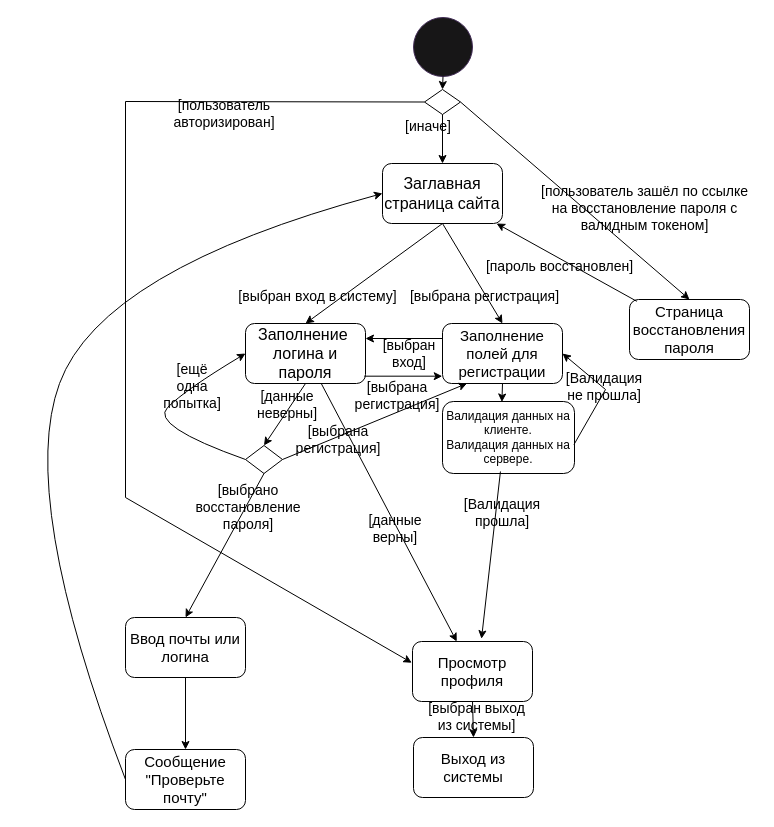
Before: activity diagrams/DB_scheme.drawio in AlDente-Noo/Freelancer-SPM, a draw.io diagram. Source tidied: cells renumbered, new cells numbered last; positions are measured from the earlier drawing's top-left corner, leaving out a move shared by most shapes. Both pictures are drawn from the tidied source at 100%, with x=0, y=0 at pixel (17, 17).
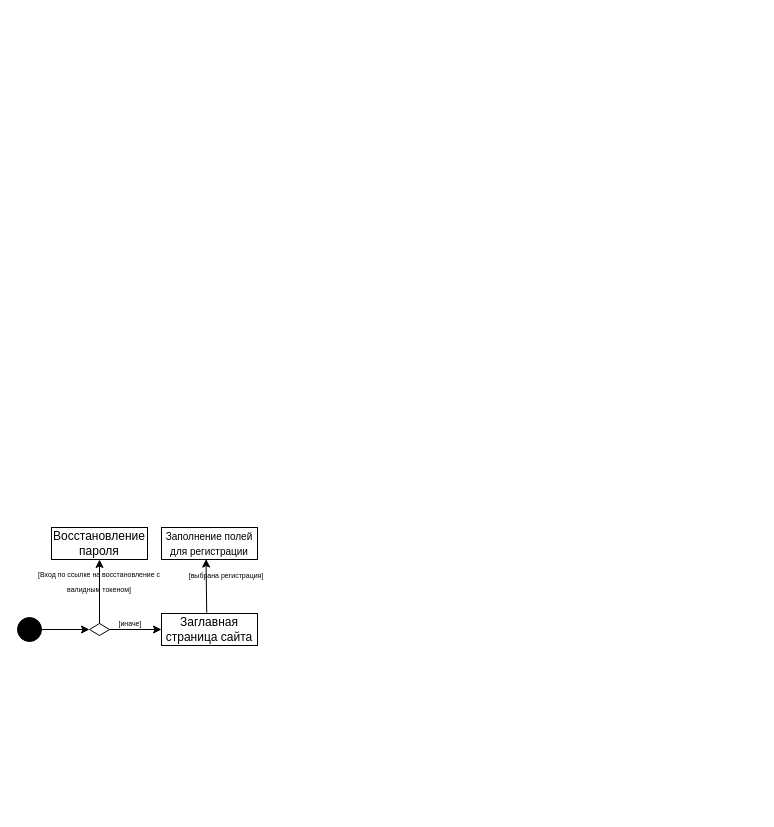
Above is the later version.

Diff of the diagram source:
```diff
@@
-    <mxCell id="2" style="ellipse;whiteSpace=wrap;html=1;strokeColor=#432D57;fillColor=#171617;fontColor=#ffffff;" parent="1" vertex="1">
-      <mxGeometry x="396" width="59" height="59" as="geometry" />
-    </mxCell>
-    <mxCell id="3" style="endArrow=classic;html=1;rounded=0;entryX=0.5;entryY=0;entryDx=0;entryDy=0;" parent="1" edge="1" source="2" target="22">
-      <mxGeometry relative="1" as="geometry" />
-    </mxCell>
+    <mxCell id="50" style="ellipse;whiteSpace=wrap;html=1;fillColor=#000000;" parent="1" vertex="1">
+      <mxGeometry y="600" width="24" height="24" as="geometry" />
+    </mxCell>
+    <mxCell id="51" style="endArrow=classic;html=1;rounded=0;exitX=1;exitY=0.5;exitDx=0;exitDy=0;" parent="1" edge="1" source="50">
+      <mxGeometry relative="1" as="geometry">
+        <mxPoint x="72" y="612" as="targetPoint" />
+      </mxGeometry>
+    </mxCell>
+    <mxCell id="52" style="rhombus;whiteSpace=wrap;html=1;" parent="1" vertex="1">
+      <mxGeometry x="72" y="606" width="20" height="12" as="geometry" />
+    </mxCell>
+    <mxCell id="53" value="Восстановление пароля" style="rounded=0;whiteSpace=wrap;html=1;" parent="1" vertex="1">
+      <mxGeometry x="34" y="510" width="96" height="32" as="geometry" />
+    </mxCell>
+    <mxCell id="54" style="endArrow=classic;html=1;rounded=0;exitX=1;exitY=0.5;exitDx=0;exitDy=0;entryX=0;entryY=0.5;entryDx=0;entryDy=0;" parent="1" edge="1" source="52" target="4">
+      <mxGeometry relative="1" as="geometry" />
+    </mxCell>
-    <mxCell id="4" value="&lt;font style=&quot;font-size: 16px;&quot;&gt;Заглавная страница сайта&lt;/font&gt;" style="rounded=1;whiteSpace=wrap;html=1;" parent="1" vertex="1">
-      <mxGeometry x="365" y="146" width="120" height="60" as="geometry" />
+    <mxCell id="4" value="Заглавная страница сайта" style="rounded=0;whiteSpace=wrap;html=1;" parent="1" vertex="1">
+      <mxGeometry x="144" y="596" width="96" height="32" as="geometry" />
     </mxCell>
+    <mxCell id="55" style="endArrow=classic;html=1;rounded=0;exitX=0.5;exitY=0;exitDx=0;exitDy=0;entryX=0.5;entryY=1;entryDx=0;entryDy=0;" parent="1" edge="1" source="52" target="53">
+      <mxGeometry relative="1" as="geometry" />
+    </mxCell>
+    <mxCell id="56" value="&lt;font style=&quot;font-size: 7px;&quot;&gt;[Вход по ссылке на восстановление с валидным токеном]&lt;/font&gt;" style="text;html=1;align=center;verticalAlign=middle;whiteSpace=wrap;rounded=0;" parent="1" vertex="1">
+      <mxGeometry x="18" y="552" width="128" height="22" as="geometry" />
+    </mxCell>
+    <mxCell id="24" value="&lt;font style=&quot;font-size: 7px;&quot;&gt;[иначе]&lt;/font&gt;" style="text;html=1;align=center;verticalAlign=middle;whiteSpace=wrap;rounded=0;" parent="1" vertex="1">
+      <mxGeometry x="92" y="600" width="42" height="10" as="geometry" />
+    </mxCell>
-    <mxCell id="5" value="&lt;font style=&quot;font-size: 15px;&quot;&gt;Заполнение полей для регистрации&lt;/font&gt;" style="rounded=1;whiteSpace=wrap;html=1;" parent="1" vertex="1">
-      <mxGeometry x="425" y="306" width="120" height="60" as="geometry" />
+    <mxCell id="5" value="&lt;font style=&quot;font-size: 10px;&quot;&gt;Заполнение полей для регистрации&lt;/font&gt;" style="rounded=0;whiteSpace=wrap;html=1;" parent="1" vertex="1">
+      <mxGeometry x="144" y="510" width="96" height="32" as="geometry" />
     </mxCell>
-    <mxCell id="6" value="&lt;font style=&quot;font-size: 16px;&quot;&gt;Заполнение&amp;nbsp;&lt;br&gt;логина и пароля&lt;br&gt;&lt;/font&gt;" style="rounded=1;whiteSpace=wrap;html=1;" parent="1" vertex="1">
-      <mxGeometry x="228" y="306" width="120" height="60" as="geometry" />
-    </mxCell>
-    <mxCell id="7" style="endArrow=classic;html=1;rounded=0;exitX=0.5;exitY=1;exitDx=0;exitDy=0;entryX=0.45;entryY=0.007;entryDx=0;entryDy=0;entryPerimeter=0;" parent="1" edge="1" source="5" target="29">
-      <mxGeometry relative="1" as="geometry" />
-    </mxCell>
-    <mxCell id="8" value="&lt;font style=&quot;font-size: 14px;&quot;&gt;[данные неверны]&lt;/font&gt;" style="text;html=1;strokeColor=none;fillColor=none;align=center;verticalAlign=middle;whiteSpace=wrap;rounded=0;" parent="1" vertex="1">
-      <mxGeometry x="240" y="372" width="60" height="30" as="geometry" />
-    </mxCell>
-    <mxCell id="9" style="endArrow=classic;html=1;rounded=0;exitX=0.5;exitY=1;exitDx=0;exitDy=0;entryX=0.5;entryY=0;entryDx=0;entryDy=0;" parent="1" edge="1" source="4" target="6">
-      <mxGeometry relative="1" as="geometry" />
-    </mxCell>
-    <mxCell id="10" style="endArrow=classic;html=1;rounded=0;exitX=0.5;exitY=1;exitDx=0;exitDy=0;entryX=0.5;entryY=0;entryDx=0;entryDy=0;" parent="1" edge="1" source="4" target="5">
+    <mxCell id="10" style="endArrow=classic;html=1;rounded=0;exitX=0.471;exitY=-0.022;exitDx=0;exitDy=0;entryX=0.464;entryY=0.986;entryDx=0;entryDy=0;entryPerimeter=0;exitPerimeter=0;" parent="1" edge="1" source="4" target="5">
       <mxGeometry relative="1" as="geometry" />
     </mxCell>
-    <mxCell id="11" style="endArrow=classic;html=1;rounded=0;" parent="1" edge="1" source="6" target="12">
-      <mxGeometry relative="1" as="geometry" />
-    </mxCell>
-    <mxCell id="12" value="&lt;font style=&quot;font-size: 15px;&quot;&gt;Просмотр профиля&lt;/font&gt;" style="rounded=1;whiteSpace=wrap;html=1;" parent="1" vertex="1">
-      <mxGeometry x="395" y="624" width="120" height="60" as="geometry" />
-    </mxCell>
-    <mxCell id="13" value="&lt;font style=&quot;font-size: 15px;&quot;&gt;Выход из системы&lt;/font&gt;" style="rounded=1;whiteSpace=wrap;html=1;" parent="1" vertex="1">
-      <mxGeometry x="396" y="720" width="120" height="60" as="geometry" />
-    </mxCell>
-    <mxCell id="14" style="endArrow=classic;html=1;rounded=0;exitX=0.5;exitY=1;exitDx=0;exitDy=0;entryX=0.5;entryY=0;entryDx=0;entryDy=0;" parent="1" edge="1" source="12" target="13">
-      <mxGeometry relative="1" as="geometry" />
-    </mxCell>
-    <mxCell id="15" value="&lt;font style=&quot;font-size: 14px;&quot;&gt;[выбран вход в систему]&lt;/font&gt;" style="text;html=1;strokeColor=none;fillColor=none;align=center;verticalAlign=middle;whiteSpace=wrap;rounded=0;" parent="1" vertex="1">
-      <mxGeometry x="205" y="264" width="191" height="30" as="geometry" />
-    </mxCell>
-    <mxCell id="16" value="&lt;font style=&quot;font-size: 15px;&quot;&gt;Страница восстановления пароля&lt;/font&gt;" style="rounded=1;whiteSpace=wrap;html=1;" parent="1" vertex="1">
-      <mxGeometry x="612" y="282" width="120" height="60" as="geometry" />
-    </mxCell>
-    <mxCell id="17" style="endArrow=classic;html=1;rounded=0;exitX=1;exitY=0.5;exitDx=0;exitDy=0;entryX=0.5;entryY=0;entryDx=0;entryDy=0;" parent="1" edge="1" source="22" target="16">
-      <mxGeometry relative="1" as="geometry" />
-    </mxCell>
-    <mxCell id="18" value="&lt;font style=&quot;font-size: 14px;&quot;&gt;[пользователь зашёл по ссылке на восстановление пароля с валидным токеном]&lt;/font&gt;" style="text;html=1;strokeColor=none;fillColor=none;align=center;verticalAlign=middle;whiteSpace=wrap;rounded=0;" parent="1" vertex="1">
-      <mxGeometry x="516" y="176" width="223" height="30" as="geometry" />
-    </mxCell>
-    <mxCell id="19" value="&lt;font style=&quot;font-size: 14px;&quot;&gt;[выбрана регистрация]&lt;/font&gt;" style="text;html=1;strokeColor=none;fillColor=none;align=center;verticalAlign=middle;whiteSpace=wrap;rounded=0;" parent="1" vertex="1">
-      <mxGeometry x="372" y="264" width="191" height="30" as="geometry" />
-    </mxCell>
-    <mxCell id="20" value="&lt;font style=&quot;font-size: 14px;&quot;&gt;[данные верны]&lt;/font&gt;" style="text;html=1;strokeColor=none;fillColor=none;align=center;verticalAlign=middle;whiteSpace=wrap;rounded=0;" parent="1" vertex="1">
-      <mxGeometry x="348" y="496" width="60" height="30" as="geometry" />
-    </mxCell>
-    <mxCell id="21" value="&lt;font style=&quot;font-size: 14px;&quot;&gt;[выбран выход из системы]&lt;/font&gt;" style="text;html=1;strokeColor=none;fillColor=none;align=center;verticalAlign=middle;whiteSpace=wrap;rounded=0;" parent="1" vertex="1">
-      <mxGeometry x="408" y="684" width="102.5" height="30" as="geometry" />
-    </mxCell>
-    <mxCell id="22" style="rhombus;whiteSpace=wrap;html=1;" parent="1" vertex="1">
-      <mxGeometry x="407" y="72" width="36" height="25" as="geometry" />
-    </mxCell>
-    <mxCell id="23" style="endArrow=classic;html=1;rounded=0;exitX=0.5;exitY=1;exitDx=0;exitDy=0;entryX=0.5;entryY=0;entryDx=0;entryDy=0;" parent="1" edge="1" source="22" target="4">
-      <mxGeometry relative="1" as="geometry" />
-    </mxCell>
-    <mxCell id="24" value="&lt;font style=&quot;font-size: 14px;&quot;&gt;[иначе]&lt;/font&gt;" style="text;html=1;strokeColor=none;fillColor=none;align=center;verticalAlign=middle;whiteSpace=wrap;rounded=0;" parent="1" vertex="1">
-      <mxGeometry x="372" y="97" width="78" height="23" as="geometry" />
-    </mxCell>
-    <mxCell id="25" style="endArrow=classic;html=1;rounded=0;exitX=0.061;exitY=0.03;exitDx=0;exitDy=0;exitPerimeter=0;" parent="1" edge="1" source="16" target="4">
-      <mxGeometry relative="1" as="geometry" />
-    </mxCell>
-    <mxCell id="26" value="&lt;font style=&quot;font-size: 14px;&quot;&gt;[пароль восстановлен]&lt;/font&gt;" style="text;html=1;strokeColor=none;fillColor=none;align=center;verticalAlign=middle;whiteSpace=wrap;rounded=0;" parent="1" vertex="1">
-      <mxGeometry x="455" y="234" width="175" height="30" as="geometry" />
-    </mxCell>
-    <mxCell id="27" style="endArrow=classic;html=1;rounded=0;exitX=0;exitY=0.5;exitDx=0;exitDy=0;entryX=-0.006;entryY=0.354;entryDx=0;entryDy=0;entryPerimeter=0;" parent="1" edge="1" source="22" target="12">
-      <mxGeometry relative="1" as="geometry">
-        <Array as="points">
-          <mxPoint x="108" y="84" />
-          <mxPoint x="108" y="480" />
-        </Array>
-      </mxGeometry>
-    </mxCell>
-    <mxCell id="28" value="&lt;font style=&quot;font-size: 14px;&quot;&gt;[пользователь авторизирован]&lt;/font&gt;" style="text;html=1;strokeColor=none;fillColor=none;align=center;verticalAlign=middle;whiteSpace=wrap;rounded=0;" parent="1" vertex="1">
-      <mxGeometry x="168" y="84" width="78" height="23" as="geometry" />
-    </mxCell>
-    <mxCell id="29" value="Валидация данных на клиенте.&lt;br&gt;Валидация данных на сервере." style="rounded=1;whiteSpace=wrap;html=1;" parent="1" vertex="1">
-      <mxGeometry x="425" y="384" width="132" height="72" as="geometry" />
-    </mxCell>
-    <mxCell id="30" value="&lt;font style=&quot;font-size: 14px;&quot;&gt;[Валидация прошла]&lt;/font&gt;" style="text;html=1;strokeColor=none;fillColor=none;align=center;verticalAlign=middle;whiteSpace=wrap;rounded=0;" parent="1" vertex="1">
-      <mxGeometry x="455" y="480" width="60" height="30" as="geometry" />
-    </mxCell>
-    <mxCell id="31" style="endArrow=classic;html=1;rounded=0;exitX=0.439;exitY=0.972;exitDx=0;exitDy=0;exitPerimeter=0;entryX=0.575;entryY=-0.046;entryDx=0;entryDy=0;entryPerimeter=0;" parent="1" edge="1" source="29" target="12">
-      <mxGeometry relative="1" as="geometry" />
-    </mxCell>
-    <mxCell id="32" style="endArrow=classic;html=1;rounded=0;entryX=1;entryY=0.5;entryDx=0;entryDy=0;exitX=0.996;exitY=0.598;exitDx=0;exitDy=0;exitPerimeter=0;" parent="1" edge="1" source="29" target="5">
-      <mxGeometry relative="1" as="geometry">
-        <Array as="points">
-          <mxPoint x="588" y="372" />
-        </Array>
-      </mxGeometry>
-    </mxCell>
-    <mxCell id="33" value="&lt;font style=&quot;font-size: 14px;&quot;&gt;[Валидация не прошла]&lt;/font&gt;" style="text;html=1;strokeColor=none;fillColor=none;align=center;verticalAlign=middle;whiteSpace=wrap;rounded=0;" parent="1" vertex="1">
-      <mxGeometry x="557" y="354" width="60" height="30" as="geometry" />
-    </mxCell>
-    <mxCell id="34" style="endArrow=classic;html=1;rounded=0;entryX=-0.002;entryY=0.878;entryDx=0;entryDy=0;exitX=0.991;exitY=0.878;exitDx=0;exitDy=0;exitPerimeter=0;entryPerimeter=0;" parent="1" edge="1" source="6" target="5">
-      <mxGeometry relative="1" as="geometry" />
-    </mxCell>
-    <mxCell id="35" value="&lt;font style=&quot;font-size: 14px;&quot;&gt;[выбрана регистрация]&lt;/font&gt;" style="text;html=1;strokeColor=none;fillColor=none;align=center;verticalAlign=middle;whiteSpace=wrap;rounded=0;" parent="1" vertex="1">
-      <mxGeometry x="353" y="372" width="54" height="12" as="geometry" />
-    </mxCell>
-    <mxCell id="36" style="endArrow=classic;html=1;rounded=0;entryX=1;entryY=0.25;entryDx=0;entryDy=0;exitX=0;exitY=0.25;exitDx=0;exitDy=0;" parent="1" edge="1" source="5" target="6">
-      <mxGeometry relative="1" as="geometry" />
-    </mxCell>
-    <mxCell id="37" value="&lt;font style=&quot;font-size: 14px;&quot;&gt;[выбран вход]&lt;/font&gt;" style="text;html=1;strokeColor=none;fillColor=none;align=center;verticalAlign=middle;whiteSpace=wrap;rounded=0;" parent="1" vertex="1">
-      <mxGeometry x="365" y="330" width="54" height="12" as="geometry" />
-    </mxCell>
-    <mxCell id="38" style="rhombus;whiteSpace=wrap;html=1;" parent="1" vertex="1">
-      <mxGeometry x="228" y="428" width="37" height="28" as="geometry" />
-    </mxCell>
-    <mxCell id="39" style="endArrow=classic;html=1;rounded=0;exitX=0.5;exitY=1;exitDx=0;exitDy=0;entryX=0.5;entryY=0;entryDx=0;entryDy=0;" parent="1" edge="1" source="6" target="38">
-      <mxGeometry relative="1" as="geometry" />
-    </mxCell>
-    <mxCell id="40" style="curved=1;endArrow=classic;html=1;rounded=0;exitX=0;exitY=0.5;exitDx=0;exitDy=0;entryX=0;entryY=0.5;entryDx=0;entryDy=0;" parent="1" edge="1" source="38" target="6">
-      <mxGeometry relative="1" as="geometry">
-        <Array as="points">
-          <mxPoint x="132" y="408" />
-          <mxPoint x="168" y="372" />
-        </Array>
-      </mxGeometry>
-    </mxCell>
-    <mxCell id="41" value="&lt;font style=&quot;font-size: 14px;&quot;&gt;[ещё одна попытка]&lt;/font&gt;" style="text;html=1;strokeColor=none;fillColor=none;align=center;verticalAlign=middle;whiteSpace=wrap;rounded=0;" parent="1" vertex="1">
-      <mxGeometry x="145" y="354" width="60" height="30" as="geometry" />
-    </mxCell>
-    <mxCell id="42" style="endArrow=classic;html=1;rounded=0;exitX=1;exitY=0.5;exitDx=0;exitDy=0;entryX=0.204;entryY=0.999;entryDx=0;entryDy=0;entryPerimeter=0;" parent="1" edge="1" source="38" target="5">
-      <mxGeometry relative="1" as="geometry" />
-    </mxCell>
-    <mxCell id="43" value="&lt;font style=&quot;font-size: 14px;&quot;&gt;[выбрана регистрация]&lt;/font&gt;" style="text;html=1;strokeColor=none;fillColor=none;align=center;verticalAlign=middle;whiteSpace=wrap;rounded=0;" parent="1" vertex="1">
-      <mxGeometry x="294" y="416" width="54" height="12" as="geometry" />
-    </mxCell>
-    <mxCell id="44" style="endArrow=classic;html=1;rounded=0;exitX=0.5;exitY=1;exitDx=0;exitDy=0;entryX=0.5;entryY=0;entryDx=0;entryDy=0;" parent="1" edge="1" source="38" target="46">
-      <mxGeometry relative="1" as="geometry" />
-    </mxCell>
-    <mxCell id="45" value="&lt;font style=&quot;font-size: 14px;&quot;&gt;[выбрано восстановление пароля]&lt;/font&gt;" style="text;html=1;strokeColor=none;fillColor=none;align=center;verticalAlign=middle;whiteSpace=wrap;rounded=0;" parent="1" vertex="1">
-      <mxGeometry x="168" y="484" width="126" height="12" as="geometry" />
-    </mxCell>
-    <mxCell id="46" value="&lt;font style=&quot;font-size: 15px;&quot;&gt;Ввод почты или логина&lt;/font&gt;" style="rounded=1;whiteSpace=wrap;html=1;" parent="1" vertex="1">
-      <mxGeometry x="108" y="600" width="120" height="60" as="geometry" />
-    </mxCell>
-    <mxCell id="47" value="&lt;font style=&quot;font-size: 15px;&quot;&gt;Сообщение &quot;Проверьте почту&quot;&lt;/font&gt;" style="rounded=1;whiteSpace=wrap;html=1;" parent="1" vertex="1">
-      <mxGeometry x="108" y="732" width="120" height="60" as="geometry" />
-    </mxCell>
-    <mxCell id="48" style="endArrow=classic;html=1;rounded=0;exitX=0.5;exitY=1;exitDx=0;exitDy=0;entryX=0.5;entryY=0;entryDx=0;entryDy=0;" parent="1" edge="1" source="46" target="47">
-      <mxGeometry relative="1" as="geometry" />
-    </mxCell>
-    <mxCell id="49" style="curved=1;endArrow=classic;html=1;rounded=0;exitX=0;exitY=0.5;exitDx=0;exitDy=0;entryX=0;entryY=0.5;entryDx=0;entryDy=0;" parent="1" edge="1" source="47" target="4">
-      <mxGeometry relative="1" as="geometry">
-        <Array as="points">
-          <mxPoint y="480" />
-          <mxPoint x="84" y="252" />
-        </Array>
-      </mxGeometry>
-    </mxCell>
+    <mxCell id="57" value="&lt;font style=&quot;font-size: 7px;&quot;&gt;[выбрана регистрация]&lt;/font&gt;" style="text;html=1;align=center;verticalAlign=middle;whiteSpace=wrap;rounded=0;" parent="1" vertex="1">
+      <mxGeometry x="156" y="552" width="106" height="10" as="geometry" />
+    </mxCell>
```
